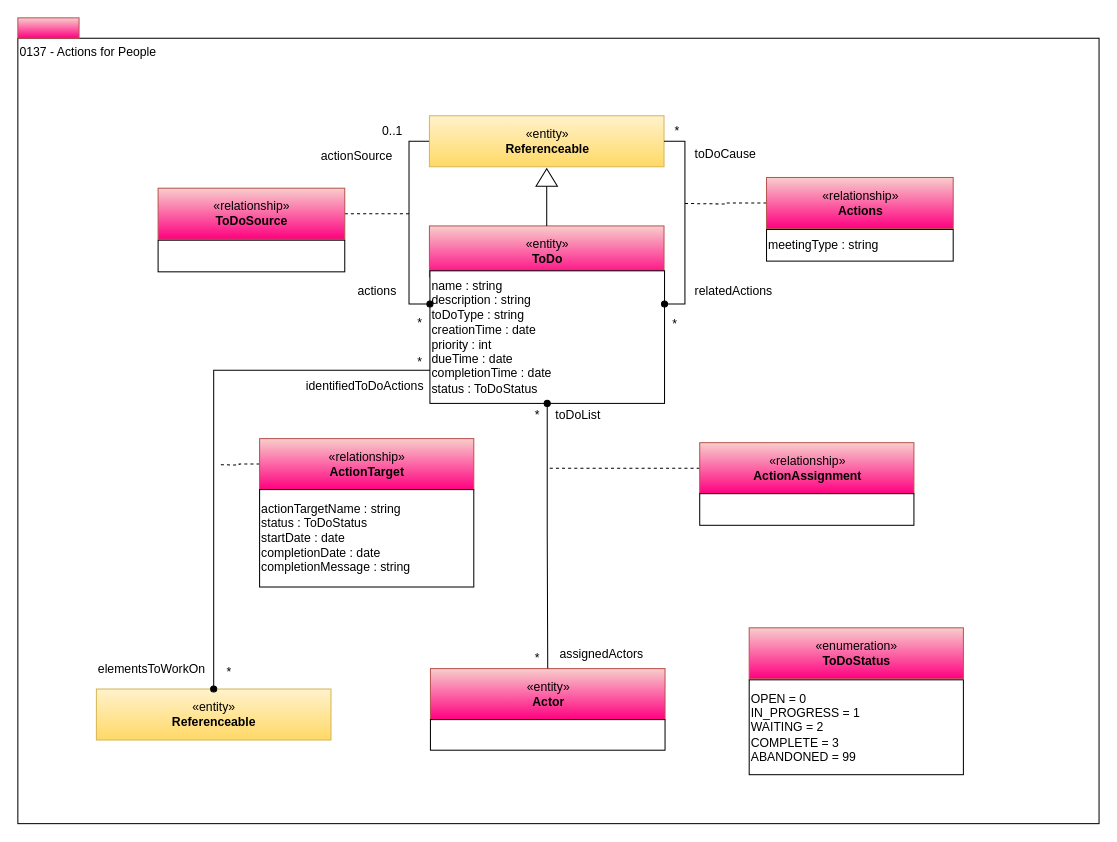
The draw.io diagram page "0137-Actions" (9 of 13) of site/docs/types/1/area-1-collaboration.drawio in odpi/egeria-docs, before the edit. Source tidied: cells renumbered, new cells numbered last; positions are measured from the earlier drawing's top-left corner, leaving out a move shared by most shapes. Both pictures are drawn from the tidied source at 102%, with x=0, y=0 at pixel (17, 17).
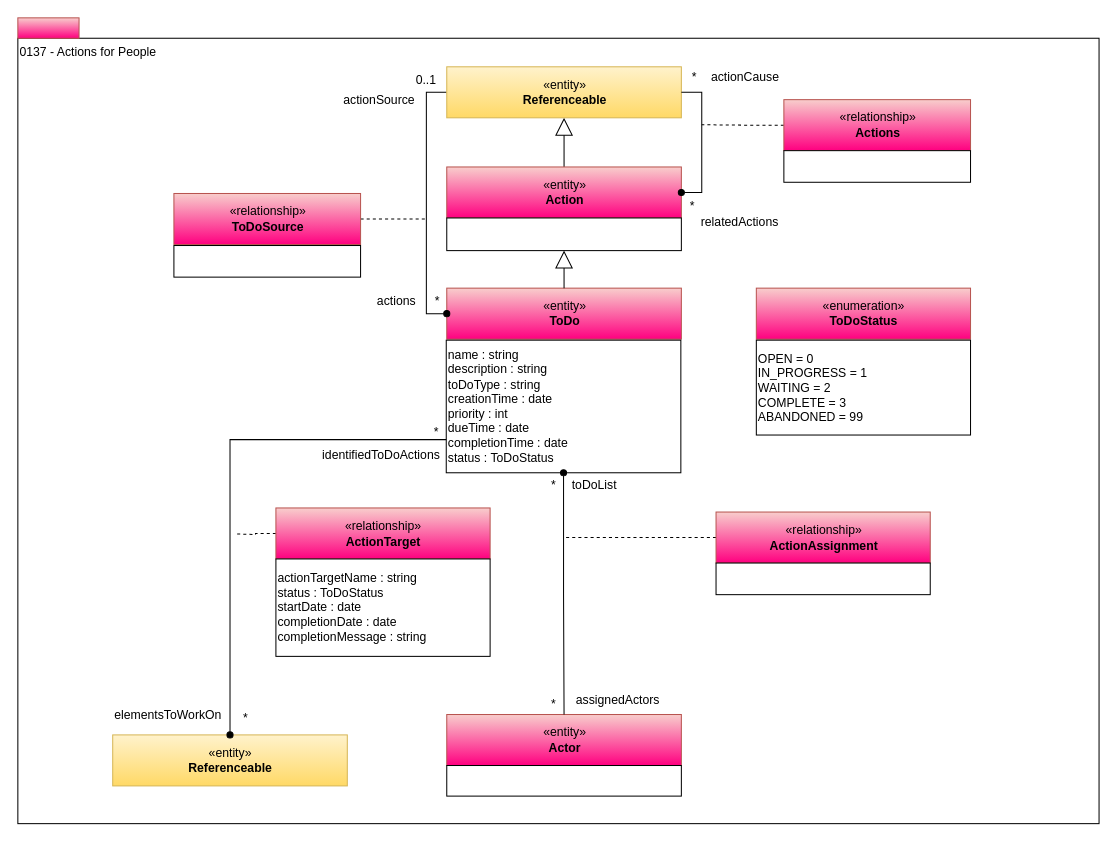
The same page after the edit.

Change to the diagram source:
```diff
@@
+    <mxCell id="4" style="html=1;strokeColor=#b85450;align=center;fillColor=#f8cecc;gradientColor=#FF0080;" parent="1" vertex="1">
+      <mxGeometry width="60" height="20" as="geometry" />
+    </mxCell>
+    <mxCell id="46" style="edgeStyle=orthogonalEdgeStyle;rounded=0;jettySize=auto;html=1;exitX=0.5;exitY=0;exitDx=0;exitDy=0;endArrow=block;endFill=0;endSize=15;" parent="1" edge="1" source="66" target="51">
+      <mxGeometry relative="1" as="geometry" />
+    </mxCell>
     <mxCell id="3" value="«entity»&lt;br&gt;&lt;b&gt;ToDo&lt;/b&gt;" style="html=1;strokeColor=#b85450;align=center;fillColor=#f8cecc;gradientColor=#FF0080;" parent="1" vertex="1">
-      <mxGeometry x="403.5" y="204" width="230" height="50" as="geometry" />
+      <mxGeometry x="420.5" y="265" width="230" height="50" as="geometry" />
     </mxCell>
-    <mxCell id="4" style="html=1;strokeColor=#b85450;align=center;fillColor=#f8cecc;gradientColor=#FF0080;" parent="1" vertex="1">
-      <mxGeometry width="60" height="20" as="geometry" />
-    </mxCell>
     <mxCell id="5" value="name : string&lt;br&gt;description : string&lt;br&gt;toDoType : string&lt;br&gt;creationTime : date&lt;br&gt;priority : int&lt;br&gt;dueTime : date&lt;br&gt;completionTime : date&lt;br&gt;status : ToDoStatus" style="rounded=0;whiteSpace=wrap;html=1;align=left;" parent="1" vertex="1">
-      <mxGeometry x="404" y="248" width="230" height="130" as="geometry" />
+      <mxGeometry x="420" y="316" width="230" height="130" as="geometry" />
     </mxCell>
-    <mxCell id="6" style="edgeStyle=orthogonalEdgeStyle;rounded=0;html=1;exitX=0;exitY=0.5;entryX=0.5;entryY=0;jettySize=auto;endArrow=none;endFill=0;" parent="1" edge="1" source="7" target="3">
-      <mxGeometry relative="1" as="geometry" />
-    </mxCell>
-    <mxCell id="7" style="triangle;whiteSpace=wrap;html=1;strokeColor=#000000;gradientColor=#ffffff;align=center;rotation=-90;" parent="1" vertex="1">
-      <mxGeometry x="510" y="146" width="17" height="21" as="geometry" />
-    </mxCell>
-    <mxCell id="8" style="edgeStyle=orthogonalEdgeStyle;rounded=0;html=1;exitX=0;exitY=0.5;endArrow=none;endFill=0;jettySize=auto;dashed=1;" parent="1" edge="1" source="9">
-      <mxGeometry relative="1" as="geometry">
-        <mxPoint x="653.5" y="182" as="targetPoint" />
-      </mxGeometry>
-    </mxCell>
+    <mxCell id="47" style="edgeStyle=orthogonalEdgeStyle;rounded=0;html=1;exitX=0;exitY=0.5;endArrow=none;endFill=0;jettySize=auto;dashed=1;" parent="1" edge="1" source="9">
+      <mxGeometry relative="1" as="geometry">
+        <mxPoint x="670.5" y="104.8" as="targetPoint" />
+      </mxGeometry>
+    </mxCell>
     <mxCell id="9" value="«relationship»&lt;br&gt;&lt;b&gt;Actions&lt;/b&gt;" style="html=1;strokeColor=#b85450;align=center;fillColor=#f8cecc;gradientColor=#FF0080;" parent="1" vertex="1">
-      <mxGeometry x="734" y="156.5" width="183" height="50" as="geometry" />
+      <mxGeometry x="751" y="80.2" width="183" height="50" as="geometry" />
     </mxCell>
-    <mxCell id="10" value="*" style="text;html=1;align=center;verticalAlign=top;spacingTop=-4;" parent="1" vertex="1">
-      <mxGeometry x="633.5" y="291" width="20" height="20" as="geometry" />
-    </mxCell>
-    <mxCell id="11" value="*" style="text;html=1;align=center;verticalAlign=top;spacingTop=-4;" parent="1" vertex="1">
-      <mxGeometry x="630.5" y="101" width="30" height="20" as="geometry" />
-    </mxCell>
-    <mxCell id="12" style="edgeStyle=orthogonalEdgeStyle;rounded=0;jettySize=auto;html=1;exitX=0;exitY=0.5;exitDx=0;exitDy=0;entryX=0;entryY=0.25;entryDx=0;entryDy=0;endArrow=oval;endFill=1;" parent="1" edge="1" source="13" target="5">
-      <mxGeometry relative="1" as="geometry" />
-    </mxCell>
-    <mxCell id="13" value="«entity»&lt;br&gt;&lt;b&gt;Referenceable&lt;/b&gt;" style="html=1;strokeColor=#d6b656;align=center;fillColor=#fff2cc;gradientColor=#ffd966;" parent="1" vertex="1">
-      <mxGeometry x="403.5" y="96" width="230" height="50" as="geometry" />
-    </mxCell>
-    <mxCell id="14" value="meetingType : string" style="rounded=0;whiteSpace=wrap;html=1;strokeColor=#000000;gradientColor=#ffffff;align=left;" parent="1" vertex="1">
-      <mxGeometry x="734" y="207.5" width="183" height="31" as="geometry" />
-    </mxCell>
-    <mxCell id="15" value="toDoCause" style="text;html=1;align=left;verticalAlign=top;spacingTop=-4;" parent="1" vertex="1">
-      <mxGeometry x="661.5" y="124" width="80" height="20" as="geometry" />
-    </mxCell>
+    <mxCell id="48" value="*" style="text;html=1;align=center;verticalAlign=top;spacingTop=-4;" parent="1" vertex="1">
+      <mxGeometry x="650.5" y="175.2" width="20" height="20" as="geometry" />
+    </mxCell>
+    <mxCell id="49" value="*" style="text;html=1;align=center;verticalAlign=top;spacingTop=-4;" parent="1" vertex="1">
+      <mxGeometry x="647.5" y="48" width="30" height="20" as="geometry" />
+    </mxCell>
+    <mxCell id="50" style="edgeStyle=orthogonalEdgeStyle;rounded=0;jettySize=auto;html=1;exitX=0;exitY=0.5;exitDx=0;exitDy=0;entryX=0;entryY=0.5;entryDx=0;entryDy=0;endArrow=oval;endFill=1;" parent="1" edge="1" source="51" target="3">
+      <mxGeometry relative="1" as="geometry" />
+    </mxCell>
+    <mxCell id="51" value="«entity»&lt;br&gt;&lt;b&gt;Referenceable&lt;/b&gt;" style="html=1;strokeColor=#d6b656;align=center;fillColor=#fff2cc;gradientColor=#ffd966;" parent="1" vertex="1">
+      <mxGeometry x="420.5" y="48" width="230" height="50" as="geometry" />
+    </mxCell>
+    <mxCell id="52" style="rounded=0;whiteSpace=wrap;html=1;strokeColor=#000000;gradientColor=#ffffff;align=left;" parent="1" vertex="1">
+      <mxGeometry x="751" y="130.2" width="183" height="31" as="geometry" />
+    </mxCell>
+    <mxCell id="53" value="actionCause" style="text;html=1;align=left;verticalAlign=top;spacingTop=-4;" parent="1" vertex="1">
+      <mxGeometry x="677.5" y="48" width="90" height="20" as="geometry" />
+    </mxCell>
     <mxCell id="16" value="relatedActions" style="text;html=1;align=left;verticalAlign=top;spacingTop=-4;" parent="1" vertex="1">
-      <mxGeometry x="661.5" y="258" width="90" height="20" as="geometry" />
+      <mxGeometry x="667.5" y="191.2" width="90" height="20" as="geometry" />
     </mxCell>
     <mxCell id="17" value="«entity»&lt;br&gt;&lt;b&gt;Actor&lt;/b&gt;" style="html=1;strokeColor=#b85450;align=center;fillColor=#f8cecc;gradientColor=#FF0080;" parent="1" vertex="1">
-      <mxGeometry x="404.5" y="638" width="230" height="50" as="geometry" />
+      <mxGeometry x="420.5" y="683" width="230" height="50" as="geometry" />
     </mxCell>
-    <mxCell id="18" style="rounded=0;whiteSpace=wrap;html=1;align=left;" parent="1" vertex="1">
-      <mxGeometry x="404.5" y="688" width="230" height="30" as="geometry" />
-    </mxCell>
-    <mxCell id="19" style="edgeStyle=orthogonalEdgeStyle;rounded=0;html=1;exitX=0;exitY=0.5;endArrow=none;endFill=0;jettySize=auto;dashed=1;" parent="1" edge="1" source="20">
-      <mxGeometry relative="1" as="geometry">
-        <mxPoint x="518.5" y="441.5" as="targetPoint" />
-      </mxGeometry>
-    </mxCell>
+    <mxCell id="54" style="rounded=0;whiteSpace=wrap;html=1;align=left;" parent="1" vertex="1">
+      <mxGeometry x="420.5" y="733" width="230" height="30" as="geometry" />
+    </mxCell>
+    <mxCell id="55" style="edgeStyle=orthogonalEdgeStyle;rounded=0;html=1;exitX=0;exitY=0.5;endArrow=none;endFill=0;jettySize=auto;dashed=1;" parent="1" edge="1" source="20">
+      <mxGeometry relative="1" as="geometry">
+        <mxPoint x="534.5" y="509.5" as="targetPoint" />
+      </mxGeometry>
+    </mxCell>
     <mxCell id="20" value="«relationship»&lt;br&gt;&lt;b&gt;ActionAssignment&lt;/b&gt;" style="html=1;strokeColor=#b85450;align=center;fillColor=#f8cecc;gradientColor=#FF0080;" parent="1" vertex="1">
-      <mxGeometry x="668.5" y="416.5" width="210" height="50" as="geometry" />
+      <mxGeometry x="684.5" y="484.5" width="210" height="50" as="geometry" />
     </mxCell>
-    <mxCell id="21" style="rounded=0;whiteSpace=wrap;html=1;strokeColor=#000000;gradientColor=#ffffff;align=left;" parent="1" vertex="1">
-      <mxGeometry x="668.5" y="466.5" width="210" height="31" as="geometry" />
-    </mxCell>
-    <mxCell id="22" value="*" style="text;html=1;align=center;verticalAlign=top;spacingTop=-4;" parent="1" vertex="1">
-      <mxGeometry x="498.5" y="380" width="20" height="20" as="geometry" />
-    </mxCell>
-    <mxCell id="23" value="*" style="text;html=1;align=center;verticalAlign=top;spacingTop=-4;" parent="1" vertex="1">
-      <mxGeometry x="498.5" y="618" width="20" height="20" as="geometry" />
-    </mxCell>
+    <mxCell id="56" style="rounded=0;whiteSpace=wrap;html=1;strokeColor=#000000;gradientColor=#ffffff;align=left;" parent="1" vertex="1">
+      <mxGeometry x="684.5" y="534.5" width="210" height="31" as="geometry" />
+    </mxCell>
+    <mxCell id="57" value="*" style="text;html=1;align=center;verticalAlign=top;spacingTop=-4;" parent="1" vertex="1">
+      <mxGeometry x="514.5" y="448" width="20" height="20" as="geometry" />
+    </mxCell>
+    <mxCell id="58" value="*" style="text;html=1;align=center;verticalAlign=top;spacingTop=-4;" parent="1" vertex="1">
+      <mxGeometry x="514.5" y="663" width="20" height="20" as="geometry" />
+    </mxCell>
     <mxCell id="24" value="toDoList" style="text;html=1;align=center;verticalAlign=top;spacingTop=-4;" parent="1" vertex="1">
-      <mxGeometry x="518.5" y="379.5" width="60" height="20" as="geometry" />
+      <mxGeometry x="534.5" y="447.5" width="60" height="20" as="geometry" />
     </mxCell>
     <mxCell id="25" value="assignedActors" style="text;html=1;align=center;verticalAlign=top;spacingTop=-4;" parent="1" vertex="1">
-      <mxGeometry x="517" y="614" width="110" height="20" as="geometry" />
+      <mxGeometry x="533" y="659" width="110" height="20" as="geometry" />
     </mxCell>
     <mxCell id="26" value="«enumeration»&lt;br&gt;&lt;span&gt;&lt;b&gt;ToDoStatus&lt;/b&gt;&lt;/span&gt;&lt;br&gt;" style="html=1;strokeColor=#b85450;align=center;fillColor=#f8cecc;gradientColor=#FF0080;" parent="1" vertex="1">
-      <mxGeometry x="717" y="598" width="210" height="50" as="geometry" />
+      <mxGeometry x="724" y="265" width="210" height="50" as="geometry" />
     </mxCell>
     <mxCell id="27" value="&lt;div style=&quot;text-align: left&quot;&gt;OPEN = 0&lt;/div&gt;&lt;div style=&quot;text-align: left&quot;&gt;IN_PROGRESS = 1&lt;/div&gt;&lt;div style=&quot;text-align: left&quot;&gt;WAITING = 2&lt;/div&gt;&lt;div style=&quot;text-align: left&quot;&gt;COMPLETE = 3&lt;/div&gt;&lt;div style=&quot;text-align: left&quot;&gt;&lt;span&gt;ABANDONED = 99&lt;/span&gt;&lt;br&gt;&lt;/div&gt;" style="rounded=0;whiteSpace=wrap;html=1;strokeColor=#000000;gradientColor=#ffffff;align=left;" parent="1" vertex="1">
-      <mxGeometry x="717" y="649" width="210" height="93" as="geometry" />
+      <mxGeometry x="724" y="316" width="210" height="93" as="geometry" />
     </mxCell>
     <mxCell id="28" value="0..1" style="text;html=1;align=center;verticalAlign=middle;strokeColor=none;" parent="1" vertex="1">
-      <mxGeometry x="347" y="101" width="40" height="20" as="geometry" />
+      <mxGeometry x="379.5" y="50.5" width="40" height="20" as="geometry" />
     </mxCell>
     <mxCell id="29" value="actionSource" style="text;html=1;align=center;verticalAlign=middle;strokeColor=none;" parent="1" vertex="1">
-      <mxGeometry x="287" y="126" width="90" height="20" as="geometry" />
+      <mxGeometry x="309" y="70.5" width="90" height="20" as="geometry" />
     </mxCell>
     <mxCell id="30" value="actions" style="text;html=1;align=center;verticalAlign=middle;strokeColor=none;" parent="1" vertex="1">
-      <mxGeometry x="327" y="258" width="50" height="20" as="geometry" />
+      <mxGeometry x="345.5" y="268" width="50" height="20" as="geometry" />
     </mxCell>
     <mxCell id="31" value="*" style="text;html=1;align=center;verticalAlign=middle;strokeColor=none;" parent="1" vertex="1">
-      <mxGeometry x="383.5" y="290" width="20" height="20" as="geometry" />
+      <mxGeometry x="400.5" y="268" width="20" height="20" as="geometry" />
     </mxCell>
-    <mxCell id="32" style="edgeStyle=orthogonalEdgeStyle;rounded=0;html=1;exitX=1;exitY=0.5;endArrow=none;endFill=0;jettySize=auto;dashed=1;exitDx=0;exitDy=0;" parent="1" edge="1" source="33">
-      <mxGeometry relative="1" as="geometry">
-        <mxPoint x="384" y="192" as="targetPoint" />
-      </mxGeometry>
-    </mxCell>
+    <mxCell id="59" style="edgeStyle=orthogonalEdgeStyle;rounded=0;html=1;exitX=1;exitY=0.5;endArrow=none;endFill=0;jettySize=auto;dashed=1;exitDx=0;exitDy=0;" parent="1" edge="1" source="33">
+      <mxGeometry relative="1" as="geometry">
+        <mxPoint x="399.5" y="197.2" as="targetPoint" />
+      </mxGeometry>
+    </mxCell>
     <mxCell id="33" value="«relationship»&lt;br&gt;&lt;b&gt;ToDoSource&lt;/b&gt;" style="html=1;strokeColor=#b85450;align=center;fillColor=#f8cecc;gradientColor=#FF0080;" parent="1" vertex="1">
-      <mxGeometry x="137.5" y="167" width="183" height="50" as="geometry" />
+      <mxGeometry x="153" y="172.2" width="183" height="50" as="geometry" />
     </mxCell>
-    <mxCell id="34" style="rounded=0;whiteSpace=wrap;html=1;strokeColor=#000000;gradientColor=#ffffff;align=left;" parent="1" vertex="1">
-      <mxGeometry x="137.5" y="218" width="183" height="31" as="geometry" />
-    </mxCell>
-    <mxCell id="35" value="«entity»&lt;br&gt;&lt;b&gt;Referenceable&lt;/b&gt;" style="html=1;strokeColor=#d6b656;align=center;fillColor=#fff2cc;gradientColor=#ffd966;" parent="1" vertex="1">
-      <mxGeometry x="77" y="658" width="230" height="50" as="geometry" />
-    </mxCell>
-    <mxCell id="36" style="edgeStyle=orthogonalEdgeStyle;rounded=0;html=1;exitX=0;exitY=0.5;endArrow=none;endFill=0;jettySize=auto;dashed=1;" parent="1" edge="1" source="37">
-      <mxGeometry relative="1" as="geometry">
-        <mxPoint x="197" y="438" as="targetPoint" />
-      </mxGeometry>
-    </mxCell>
+    <mxCell id="60" style="rounded=0;whiteSpace=wrap;html=1;strokeColor=#000000;gradientColor=#ffffff;align=left;" parent="1" vertex="1">
+      <mxGeometry x="153" y="223.2" width="183" height="31" as="geometry" />
+    </mxCell>
+    <mxCell id="61" value="«entity»&lt;br&gt;&lt;b&gt;Referenceable&lt;/b&gt;" style="html=1;strokeColor=#d6b656;align=center;fillColor=#fff2cc;gradientColor=#ffd966;" parent="1" vertex="1">
+      <mxGeometry x="93" y="703" width="230" height="50" as="geometry" />
+    </mxCell>
+    <mxCell id="62" style="edgeStyle=orthogonalEdgeStyle;rounded=0;html=1;exitX=0;exitY=0.5;endArrow=none;endFill=0;jettySize=auto;dashed=1;" parent="1" edge="1" source="37">
+      <mxGeometry relative="1" as="geometry">
+        <mxPoint x="213" y="506" as="targetPoint" />
+      </mxGeometry>
+    </mxCell>
     <mxCell id="37" value="«relationship»&lt;br&gt;&lt;b&gt;ActionTarget&lt;/b&gt;" style="html=1;strokeColor=#b85450;align=center;fillColor=#f8cecc;gradientColor=#FF0080;" parent="1" vertex="1">
-      <mxGeometry x="237" y="412.5" width="210" height="50" as="geometry" />
+      <mxGeometry x="253" y="480.5" width="210" height="50" as="geometry" />
     </mxCell>
     <mxCell id="38" value="actionTargetName : string&lt;br&gt;status : ToDoStatus&lt;br&gt;startDate : date&lt;br&gt;completionDate : date&lt;br&gt;completionMessage : string" style="rounded=0;whiteSpace=wrap;html=1;strokeColor=#000000;gradientColor=#ffffff;align=left;" parent="1" vertex="1">
-      <mxGeometry x="237" y="462.5" width="210" height="95.5" as="geometry" />
+      <mxGeometry x="253" y="530.5" width="210" height="95.5" as="geometry" />
     </mxCell>
-    <mxCell id="39" value="*" style="text;html=1;align=center;verticalAlign=top;spacingTop=-4;" parent="1" vertex="1">
-      <mxGeometry x="383.5" y="328" width="20" height="20" as="geometry" />
-    </mxCell>
-    <mxCell id="40" value="*" style="text;html=1;align=center;verticalAlign=top;spacingTop=-4;" parent="1" vertex="1">
-      <mxGeometry x="197" y="632" width="20" height="20" as="geometry" />
-    </mxCell>
+    <mxCell id="63" value="*" style="text;html=1;align=center;verticalAlign=top;spacingTop=-4;" parent="1" vertex="1">
+      <mxGeometry x="399.5" y="396" width="20" height="20" as="geometry" />
+    </mxCell>
+    <mxCell id="64" value="*" style="text;html=1;align=center;verticalAlign=top;spacingTop=-4;" parent="1" vertex="1">
+      <mxGeometry x="213" y="677" width="20" height="20" as="geometry" />
+    </mxCell>
     <mxCell id="41" value="identifiedToDoActions" style="text;html=1;align=center;verticalAlign=middle;strokeColor=none;" parent="1" vertex="1">
-      <mxGeometry x="274.5" y="351" width="130" height="20" as="geometry" />
+      <mxGeometry x="290.5" y="419" width="130" height="20" as="geometry" />
     </mxCell>
     <mxCell id="42" value="elementsToWorkOn" style="text;html=1;align=center;verticalAlign=middle;strokeColor=none;" parent="1" vertex="1">
-      <mxGeometry x="71" y="629" width="120" height="20" as="geometry" />
+      <mxGeometry x="87" y="674" width="120" height="20" as="geometry" />
     </mxCell>
-    <mxCell id="43" style="edgeStyle=orthogonalEdgeStyle;rounded=0;html=1;exitX=1;exitY=0.25;endArrow=none;endFill=0;jettySize=auto;entryX=1;entryY=0.5;startArrow=oval;startFill=1;" parent="1" edge="1" source="5" target="13">
-      <mxGeometry relative="1" as="geometry" />
-    </mxCell>
-    <mxCell id="44" style="edgeStyle=orthogonalEdgeStyle;rounded=0;jettySize=auto;html=1;exitX=0;exitY=0.75;exitDx=0;exitDy=0;endArrow=oval;endFill=1;" parent="1" edge="1" source="5" target="35">
-      <mxGeometry relative="1" as="geometry" />
-    </mxCell>
+    <mxCell id="65" style="edgeStyle=orthogonalEdgeStyle;rounded=0;jettySize=auto;html=1;exitX=0;exitY=0.75;exitDx=0;exitDy=0;endArrow=oval;endFill=1;" parent="1" edge="1" source="5" target="61">
+      <mxGeometry relative="1" as="geometry" />
+    </mxCell>
@@
+    <mxCell id="66" value="«entity»&lt;br&gt;&lt;b&gt;Action&lt;/b&gt;" style="html=1;strokeColor=#b85450;align=center;fillColor=#f8cecc;gradientColor=#FF0080;" parent="1" vertex="1">
+      <mxGeometry x="420.5" y="146.2" width="230" height="50" as="geometry" />
+    </mxCell>
+    <mxCell id="67" style="rounded=0;whiteSpace=wrap;html=1;align=left;" parent="1" vertex="1">
+      <mxGeometry x="420.5" y="196.2" width="230" height="32" as="geometry" />
+    </mxCell>
+    <mxCell id="68" style="edgeStyle=orthogonalEdgeStyle;rounded=0;jettySize=auto;html=1;exitX=0.5;exitY=0;exitDx=0;exitDy=0;endArrow=block;endFill=0;endSize=15;entryX=0.5;entryY=1;entryDx=0;entryDy=0;" parent="1" edge="1" source="3" target="67">
+      <mxGeometry relative="1" as="geometry" />
+    </mxCell>
+    <mxCell id="69" style="edgeStyle=orthogonalEdgeStyle;rounded=0;html=1;exitX=1;exitY=0.5;endArrow=none;endFill=0;jettySize=auto;entryX=1;entryY=0.5;startArrow=oval;startFill=1;exitDx=0;exitDy=0;" parent="1" edge="1" source="66" target="51">
+      <mxGeometry relative="1" as="geometry" />
+    </mxCell>
```
